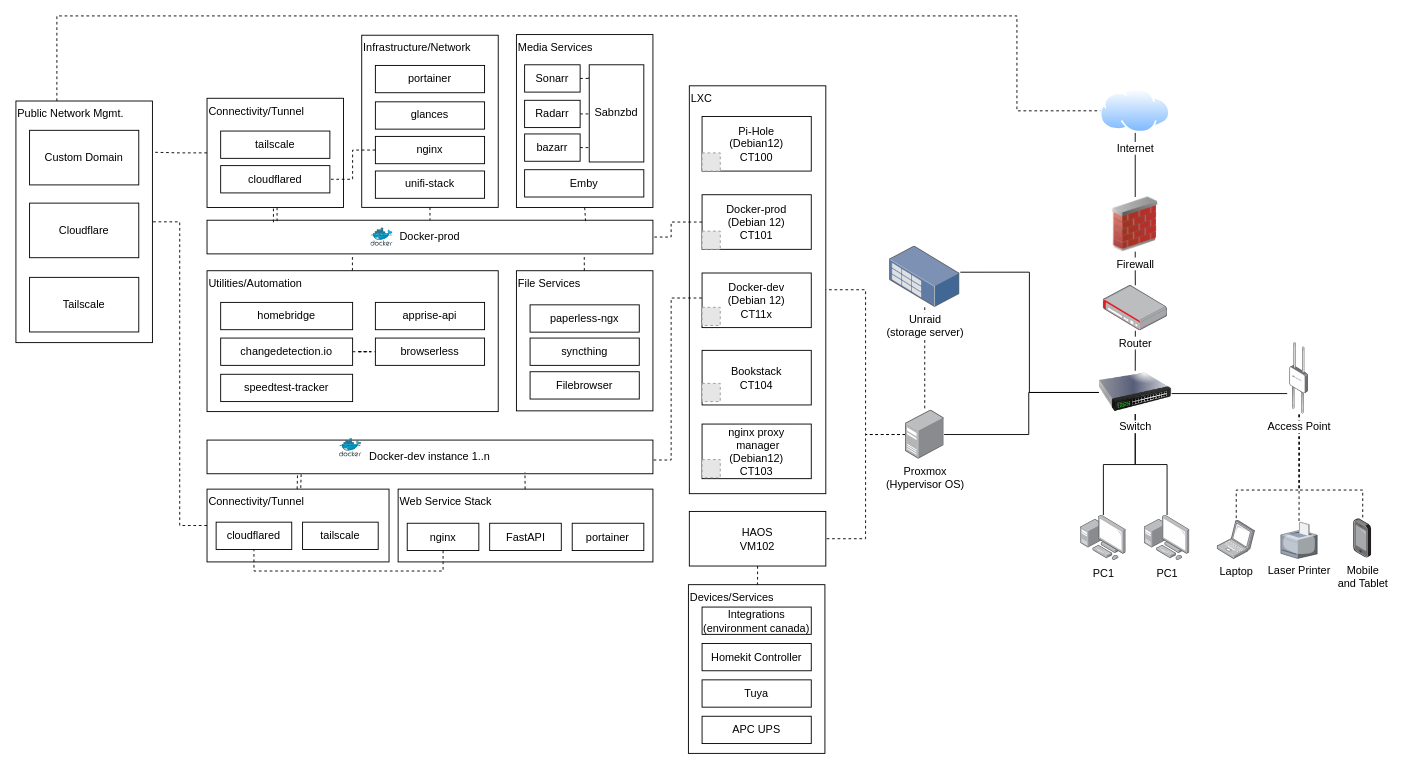
The draw.io diagram 92king_homelab.drawio in danieljai/homelab, before the edit. Source tidied: cells renumbered, new cells numbered last; positions are measured from the earlier drawing's top-left corner, leaving out a move shared by most shapes. Both pictures are drawn from the tidied source at 91%, with x=0, y=0 at pixel (15, 15). Pictures stored in the file or linked from it are replaced by grey dashed boxes.
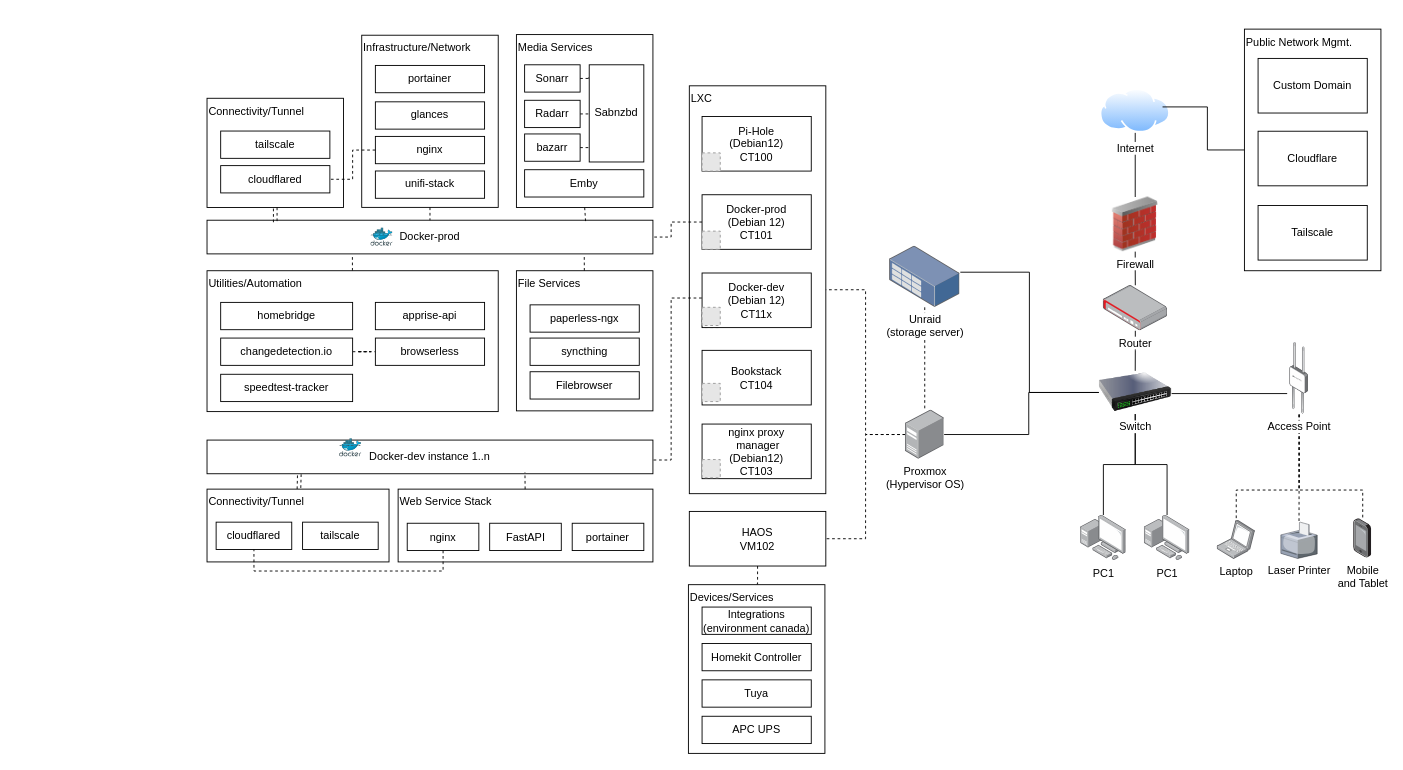
The same page after the edit.

Unchanged cells that the change refers to:
```xml
<mxCell id="11" value="Internet" style="image;perimeter=ellipsePerimeter;html=1;align=center;shadow=0;dashed=0;spacingTop=3;image=img/lib/active_directory/internet_cloud.svg;" parent="1" vertex="1">
  <mxGeometry x="1191.5" y="80" width="77" height="48.5" as="geometry" />
</mxCell>
<mxCell id="29" value="Connectivity/Tunnel" style="rounded=0;whiteSpace=wrap;html=1;align=left;verticalAlign=top;" parent="28" vertex="1">
  <mxGeometry width="150" height="120" as="geometry" />
</mxCell>
<mxCell id="100" value="Public Network Mgmt." style="rounded=0;whiteSpace=wrap;html=1;align=left;verticalAlign=top;" parent="99" vertex="1">
  <mxGeometry width="150" height="265.5" as="geometry" />
</mxCell>
<mxCell id="106" value="Connectivity/Tunnel" style="rounded=0;whiteSpace=wrap;html=1;align=left;verticalAlign=top;" parent="105" vertex="1">
  <mxGeometry width="200" height="80" as="geometry" />
</mxCell>
```

The edit, as a diff of the source:
```diff
@@
     <mxCell id="99" style="group;" parent="1" vertex="1">
-      <mxGeometry y="93.5" width="150" height="265.5" as="geometry" />
+      <mxGeometry x="1350" y="14.5" width="150" height="265.5" as="geometry" />
     </mxCell>
@@
-    <mxCell id="104" style="edgeStyle=orthogonalEdgeStyle;rounded=0;jettySize=auto;html=1;entryX=1.001;entryY=0.212;entryDx=0;entryDy=0;entryPerimeter=0;endArrow=none;startFill=0;dashed=1;" parent="1" edge="1" source="29" target="100">
-      <mxGeometry relative="1" as="geometry" />
-    </mxCell>
@@
-    <mxCell id="110" style="edgeStyle=orthogonalEdgeStyle;rounded=0;jettySize=auto;html=1;entryX=1;entryY=0.5;entryDx=0;entryDy=0;dashed=1;endArrow=none;startFill=0;" parent="1" edge="1" source="106" target="100">
-      <mxGeometry relative="1" as="geometry" />
-    </mxCell>
-    <mxCell id="111" style="edgeStyle=orthogonalEdgeStyle;rounded=0;jettySize=auto;html=1;entryX=0;entryY=0.5;entryDx=0;entryDy=0;dashed=1;endArrow=none;startFill=0;" parent="1" edge="1" source="100" target="11">
-      <mxGeometry relative="1" as="geometry">
-        <Array as="points">
-          <mxPoint x="45" />
-          <mxPoint x="1100" />
-          <mxPoint x="1100" y="104" />
-        </Array>
-      </mxGeometry>
-    </mxCell>
@@
+    <mxCell id="111" style="edgeStyle=orthogonalEdgeStyle;rounded=0;jettySize=auto;html=1;entryX=0.89;entryY=0.412;entryDx=0;entryDy=0;entryPerimeter=0;endArrow=none;startFill=0;" parent="1" edge="1" source="100" target="11">
+      <mxGeometry relative="1" as="geometry" />
+    </mxCell>
```
